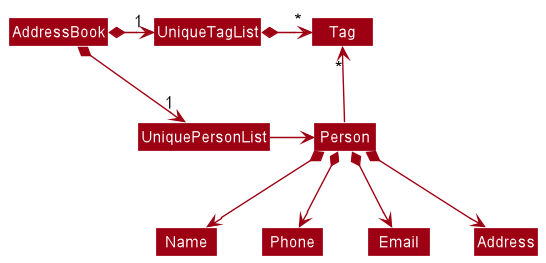
This is docs/images/BetterModelClassDiagram.png from nus-cs2103-AY2425S1/tp, a PlantUML export, as it was before one commit.
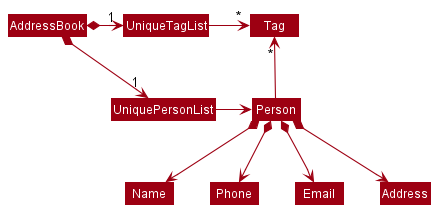
After the commit.

Commit message:
DG: Remove incorrect composition symbol

BetterModelClassDiagram shows the UniqueTagList as 'composed of'
Tag objects. However, this is an aggregation rather than a
composition.

As we don't usually show aggregation symbols in class diagrams,
let's remove the offending composition symbol altogether.

The edit, as a diff of the source:
```diff
@@ -9,7 +9,7 @@
 UniqueTagList -[hidden]down- UniquePersonList
 UniqueTagList -[hidden]down- UniquePersonList
 
-UniqueTagList *-right-> "*" Tag
+UniqueTagList -right-> "*" Tag
 UniquePersonList -right-> Person
 
 Person -up-> "*" Tag
```
